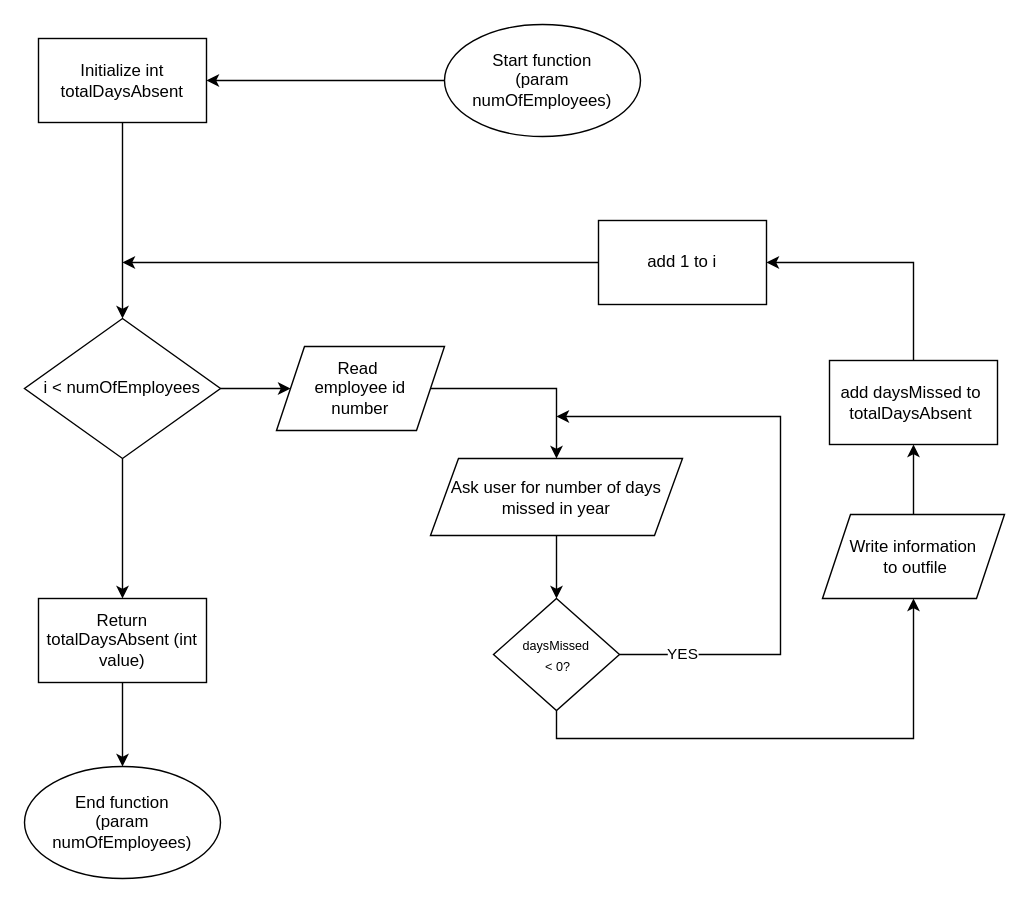
Above: page "TotDaysAbsent" (3 of 4) of Flowcharts/Project_4_flowchart.drawio in ArminRezz/CMSC_140 (draw.io), before the change. Source tidied: cells renumbered, new cells numbered last; positions are measured from the earlier drawing's top-left corner, leaving out a move shared by most shapes. Both pictures are drawn from the tidied source at 140%, with x=0, y=0 at pixel (24, 24).
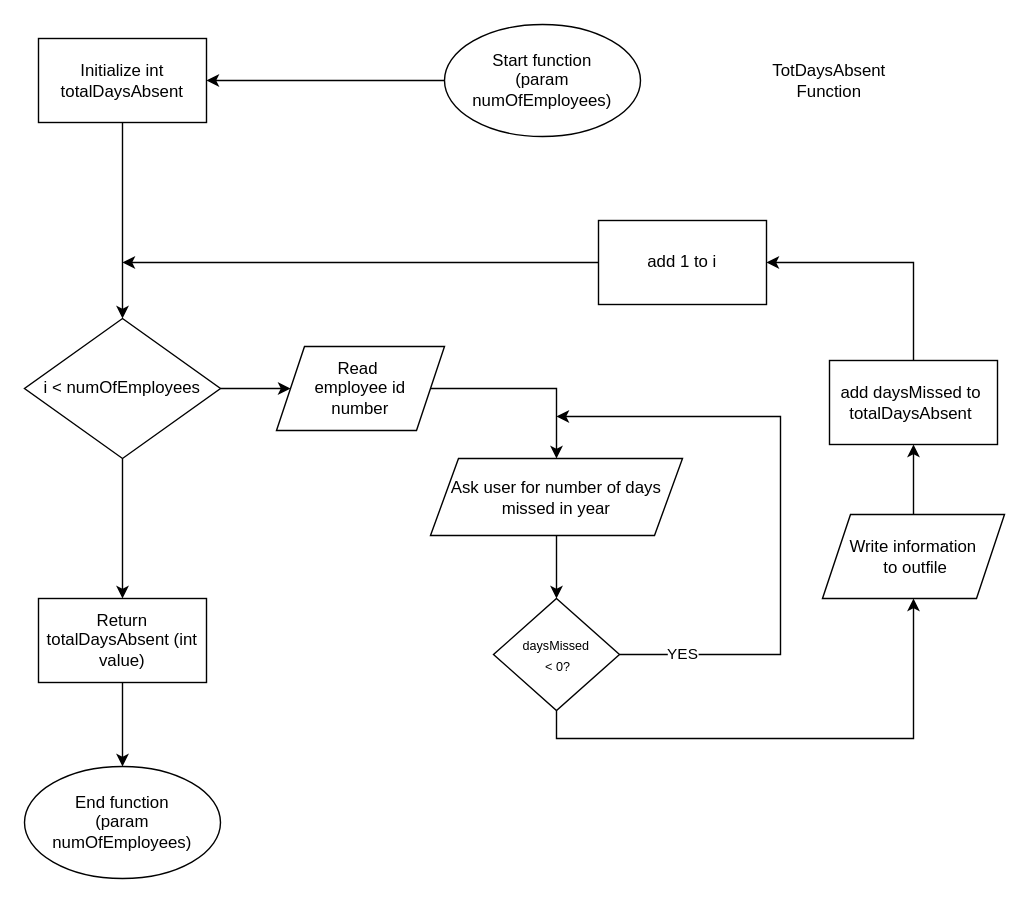
Above is the later version.

What changed in the source:
```diff
@@
+    <mxCell id="26" value="TotDaysAbsent Function" style="text;html=1;strokeColor=none;fillColor=none;align=center;verticalAlign=middle;whiteSpace=wrap;rounded=0;" parent="1" vertex="1">
+      <mxGeometry x="520" width="110" height="80" as="geometry" />
+    </mxCell>
```
